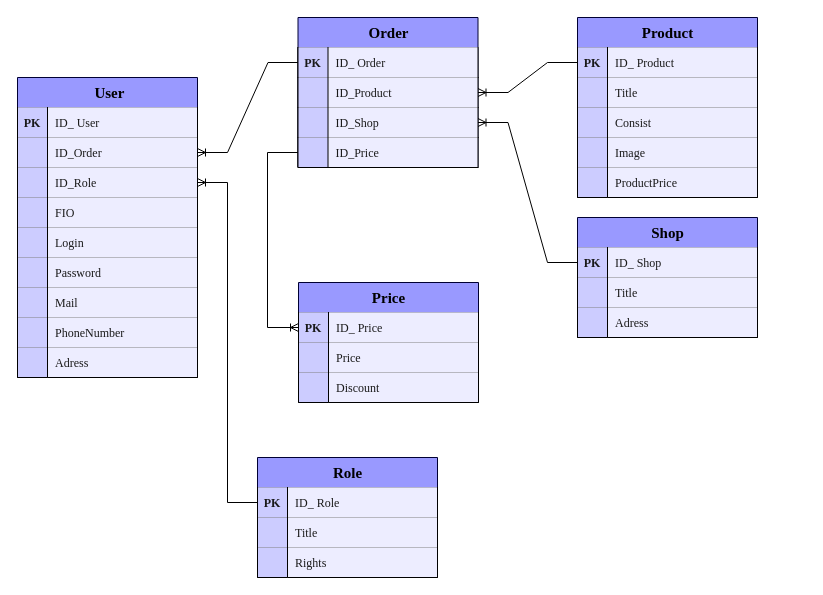
Earlier version of the draw.io diagram Диаграмма доставки суши.drawio (Karidess/Er_sample_diagramma). Source tidied: cells renumbered, new cells numbered last; positions are measured from the earlier drawing's top-left corner, leaving out a move shared by most shapes. Both pictures are drawn from the tidied source at 100%, with x=0, y=0 at pixel (17, 17).
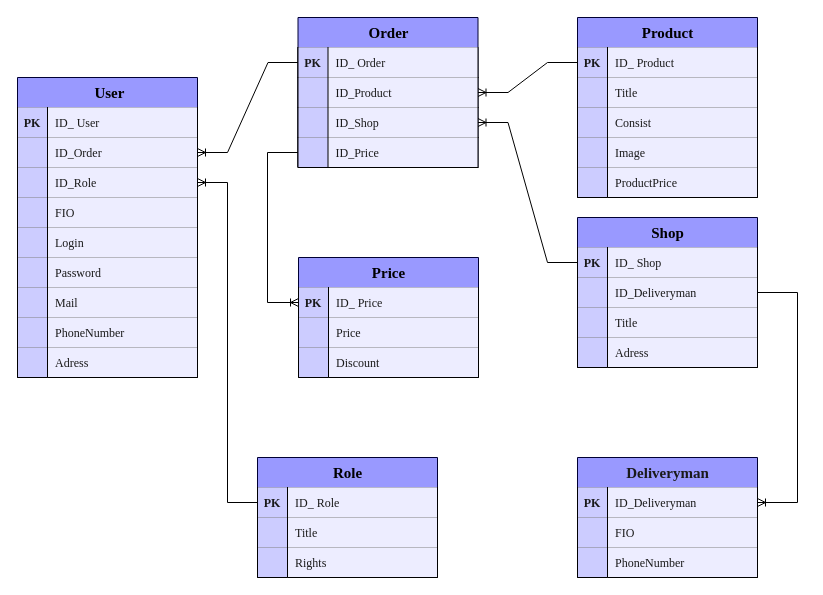
The same diagram, later.

Unchanged cells that the change refers to:
```xml
<mxCell id="40" style="shape=tableRow;horizontal=0;startSize=0;swimlaneHead=0;swimlaneBody=0;fillColor=default;points=[[0,0.5],[1,0.5]];portConstraint=eastwest;top=0;left=1;right=0;bottom=1;comic=0;strokeWidth=1;fontSize=12;strokeColor=#000000;fontColor=#1A1A1A;fontFamily=Garamond;align=left;labelBackgroundColor=none;" parent="30" vertex="1">
  <mxGeometry y="120" width="180" height="30" as="geometry" />
</mxCell>
<mxCell id="84" style="shape=tableRow;horizontal=0;startSize=0;swimlaneHead=0;swimlaneBody=0;fillColor=default;points=[[0,0.5],[1,0.5]];portConstraint=eastwest;top=0;left=1;right=0;bottom=1;comic=0;strokeWidth=1;fontSize=12;strokeColor=#000000;fontColor=#1A1A1A;fontStyle=0;fontFamily=Garamond;align=left;labelBackgroundColor=none;" parent="83" vertex="1">
  <mxGeometry y="30" width="180" height="30" as="geometry" />
</mxCell>
```

The edit, as a diff of the source:
```diff
@@
     <mxCell id="62" value="Shop" style="shape=table;startSize=30;childLayout=tableLayout;rowLines=0;fontStyle=1;align=center;comic=0;strokeWidth=1;fontSize=15;fillColor=#9999FF;strokeColor=#000033;fontFamily=Garamond;labelBorderColor=none;labelBackgroundColor=none;html=1;top=1;bottom=1;gradientColor=none;" parent="1" vertex="1">
-      <mxGeometry x="560" y="200" width="180" height="120" as="geometry" />
+      <mxGeometry x="560" y="200" width="180" height="150" as="geometry" />
     </mxCell>
@@
+    <mxCell id="94" style="shape=tableRow;horizontal=0;startSize=0;swimlaneHead=0;swimlaneBody=0;fillColor=default;points=[[0,0.5],[1,0.5]];portConstraint=eastwest;top=0;left=1;right=0;bottom=1;comic=0;strokeWidth=1;fontSize=12;strokeColor=#000000;fontColor=#1A1A1A;fontFamily=Garamond;align=left;labelBackgroundColor=none;" parent="62" vertex="1">
+      <mxGeometry y="60" width="180" height="30" as="geometry" />
+    </mxCell>
+    <mxCell id="95" style="shape=partialRectangle;fillColor=#CCCCFF;top=0;left=1;bottom=1;right=0;overflow=hidden;comic=0;strokeWidth=1;fontSize=12;strokeColor=#000000;fontColor=#1A1A1A;fontFamily=Garamond;align=center;fontStyle=1;labelBackgroundColor=none;" parent="94" vertex="1">
+      <mxGeometry width="30" height="30" as="geometry" />
+    </mxCell>
+    <mxCell id="96" value="ID_Deliveryman" style="shape=partialRectangle;fillColor=#EDEDFF;top=0;left=1;bottom=1;right=1;align=left;spacingLeft=6;overflow=hidden;comic=0;strokeWidth=1;fontSize=12;strokeColor=#000000;fontColor=#1A1A1A;fontFamily=Garamond;labelBackgroundColor=none;" parent="94" vertex="1">
+      <mxGeometry x="30" width="150" height="30" as="geometry" />
+    </mxCell>
     <mxCell id="66" style="shape=tableRow;horizontal=0;startSize=0;swimlaneHead=0;swimlaneBody=0;fillColor=default;top=0;left=1;right=0;bottom=1;comic=0;strokeWidth=1;fontSize=12;strokeColor=#000000;fontColor=#1A1A1A;fontFamily=Garamond;align=left;labelBackgroundColor=none;" parent="62" vertex="1">
-      <mxGeometry y="60" width="180" height="30" as="geometry" />
+      <mxGeometry y="90" width="180" height="30" as="geometry" />
     </mxCell>
@@
     <mxCell id="69" style="shape=tableRow;horizontal=0;startSize=0;swimlaneHead=0;swimlaneBody=0;fillColor=default;top=0;left=1;right=0;bottom=1;comic=0;strokeWidth=1;fontSize=12;strokeColor=#000000;fontColor=#1A1A1A;fontFamily=Garamond;align=left;labelBackgroundColor=none;" parent="62" vertex="1">
-      <mxGeometry y="90" width="180" height="30" as="geometry" />
+      <mxGeometry y="120" width="180" height="30" as="geometry" />
     </mxCell>
@@
     <mxCell id="83" value="Price" style="shape=table;startSize=30;childLayout=tableLayout;rowLines=0;fontStyle=1;align=center;comic=0;strokeWidth=1;fontSize=15;fillColor=#9999FF;strokeColor=#000033;fontFamily=Garamond;labelBorderColor=none;labelBackgroundColor=none;html=1;top=1;bottom=1;gradientColor=none;" parent="1" vertex="1">
-      <mxGeometry x="281" y="265" width="180" height="120" as="geometry" />
+      <mxGeometry x="281" y="240" width="180" height="120" as="geometry" />
     </mxCell>
@@
     <mxCell id="93" style="edgeStyle=orthogonalEdgeStyle;fontSize=12;html=1;endArrow=ERoneToMany;rounded=0;fontColor=#4D9900;entryX=0;entryY=0.5;entryDx=0;entryDy=0;exitX=0;exitY=0.5;exitDx=0;exitDy=0;" parent="1" edge="1" source="40" target="84">
       <mxGeometry relative="1" as="geometry">
         <Array as="points">
           <mxPoint x="250" y="135" />
-          <mxPoint x="250" y="310" />
+          <mxPoint x="250" y="285" />
         </Array>
       </mxGeometry>
     </mxCell>
+    <mxCell id="97" value="&lt;span style=&quot;color: rgb(26, 26, 26); text-align: left;&quot;&gt;&lt;font style=&quot;font-size: 15px;&quot;&gt;Deliveryman&lt;/font&gt;&lt;/span&gt;" style="shape=table;startSize=30;childLayout=tableLayout;rowLines=0;fontStyle=1;align=center;comic=0;strokeWidth=1;fontSize=15;fillColor=#9999FF;strokeColor=#000033;fontFamily=Garamond;labelBorderColor=none;labelBackgroundColor=none;html=1;top=1;bottom=1;gradientColor=none;" parent="1" vertex="1">
+      <mxGeometry x="560" y="440" width="180" height="120" as="geometry" />
+    </mxCell>
+    <mxCell id="98" style="shape=tableRow;horizontal=0;startSize=0;swimlaneHead=0;swimlaneBody=0;fillColor=default;points=[[0,0.5],[1,0.5]];portConstraint=eastwest;top=0;left=1;right=0;bottom=1;comic=0;strokeWidth=1;fontSize=12;strokeColor=#000000;fontColor=#1A1A1A;fontFamily=Garamond;align=left;labelBackgroundColor=none;" parent="97" vertex="1">
+      <mxGeometry y="30" width="180" height="30" as="geometry" />
+    </mxCell>
+    <mxCell id="99" value="PK" style="shape=partialRectangle;fillColor=#CCCCFF;top=0;left=1;bottom=1;right=0;overflow=hidden;comic=0;strokeWidth=1;fontSize=12;strokeColor=#000000;fontColor=#1A1A1A;fontFamily=Garamond;align=center;fontStyle=1;labelBackgroundColor=none;" parent="98" vertex="1">
+      <mxGeometry width="30" height="30" as="geometry" />
+    </mxCell>
+    <mxCell id="100" value="ID_Deliveryman" style="shape=partialRectangle;fillColor=#EDEDFF;top=0;left=1;bottom=1;right=1;align=left;spacingLeft=6;overflow=hidden;comic=0;strokeWidth=1;fontSize=12;strokeColor=#000000;fontColor=#1A1A1A;fontFamily=Garamond;labelBackgroundColor=none;" parent="98" vertex="1">
+      <mxGeometry x="30" width="150" height="30" as="geometry" />
+    </mxCell>
+    <mxCell id="101" style="shape=tableRow;horizontal=0;startSize=0;swimlaneHead=0;swimlaneBody=0;fillColor=default;top=0;left=1;right=0;bottom=1;comic=0;strokeWidth=1;fontSize=12;strokeColor=#000000;fontColor=#1A1A1A;fontFamily=Garamond;align=left;labelBackgroundColor=none;" parent="97" vertex="1">
+      <mxGeometry y="60" width="180" height="30" as="geometry" />
+    </mxCell>
+    <mxCell id="102" style="shape=partialRectangle;fillColor=#CCCCFF;top=0;left=1;bottom=1;right=0;overflow=hidden;comic=0;strokeWidth=1;fontSize=12;strokeColor=#000000;fontColor=#1A1A1A;fontFamily=Garamond;align=center;fontStyle=1;labelBackgroundColor=none;" parent="101" vertex="1">
+      <mxGeometry width="30" height="30" as="geometry" />
+    </mxCell>
+    <mxCell id="103" value="FIO" style="shape=partialRectangle;fillColor=#EDEDFF;top=0;left=1;bottom=1;right=1;align=left;spacingLeft=6;overflow=hidden;comic=0;strokeWidth=1;fontSize=12;strokeColor=#000000;fontColor=#1A1A1A;fontFamily=Garamond;labelBackgroundColor=none;" parent="101" vertex="1">
+      <mxGeometry x="30" width="150" height="30" as="geometry" />
+    </mxCell>
+    <mxCell id="104" style="shape=tableRow;horizontal=0;startSize=0;swimlaneHead=0;swimlaneBody=0;fillColor=default;top=0;left=1;right=0;bottom=1;comic=0;strokeWidth=1;fontSize=12;strokeColor=#000000;fontColor=#1A1A1A;fontFamily=Garamond;align=left;labelBackgroundColor=none;" parent="97" vertex="1">
+      <mxGeometry y="90" width="180" height="30" as="geometry" />
+    </mxCell>
+    <mxCell id="105" style="shape=partialRectangle;fillColor=#CCCCFF;top=0;left=1;bottom=1;right=0;overflow=hidden;comic=0;strokeWidth=1;fontSize=12;strokeColor=#000000;fontColor=#1A1A1A;fontFamily=Garamond;align=center;fontStyle=1;labelBackgroundColor=none;" parent="104" vertex="1">
+      <mxGeometry width="30" height="30" as="geometry" />
+    </mxCell>
+    <mxCell id="106" value="PhoneNumber" style="shape=partialRectangle;fillColor=#EDEDFF;top=0;left=1;bottom=1;right=1;align=left;spacingLeft=6;overflow=hidden;comic=0;strokeWidth=1;fontSize=12;strokeColor=#000000;fontColor=#1A1A1A;fontFamily=Garamond;labelBackgroundColor=none;" parent="104" vertex="1">
+      <mxGeometry x="30" width="150" height="30" as="geometry" />
+    </mxCell>
+    <mxCell id="107" style="fontSize=12;html=1;endArrow=ERoneToMany;rounded=0;exitX=1;exitY=0.5;exitDx=0;exitDy=0;entryX=1;entryY=0.5;entryDx=0;entryDy=0;edgeStyle=orthogonalEdgeStyle;" parent="1" edge="1" source="94" target="98">
+      <mxGeometry relative="1" as="geometry">
+        <Array as="points">
+          <mxPoint x="780" y="275" />
+          <mxPoint x="780" y="485" />
+        </Array>
+      </mxGeometry>
+    </mxCell>
```
